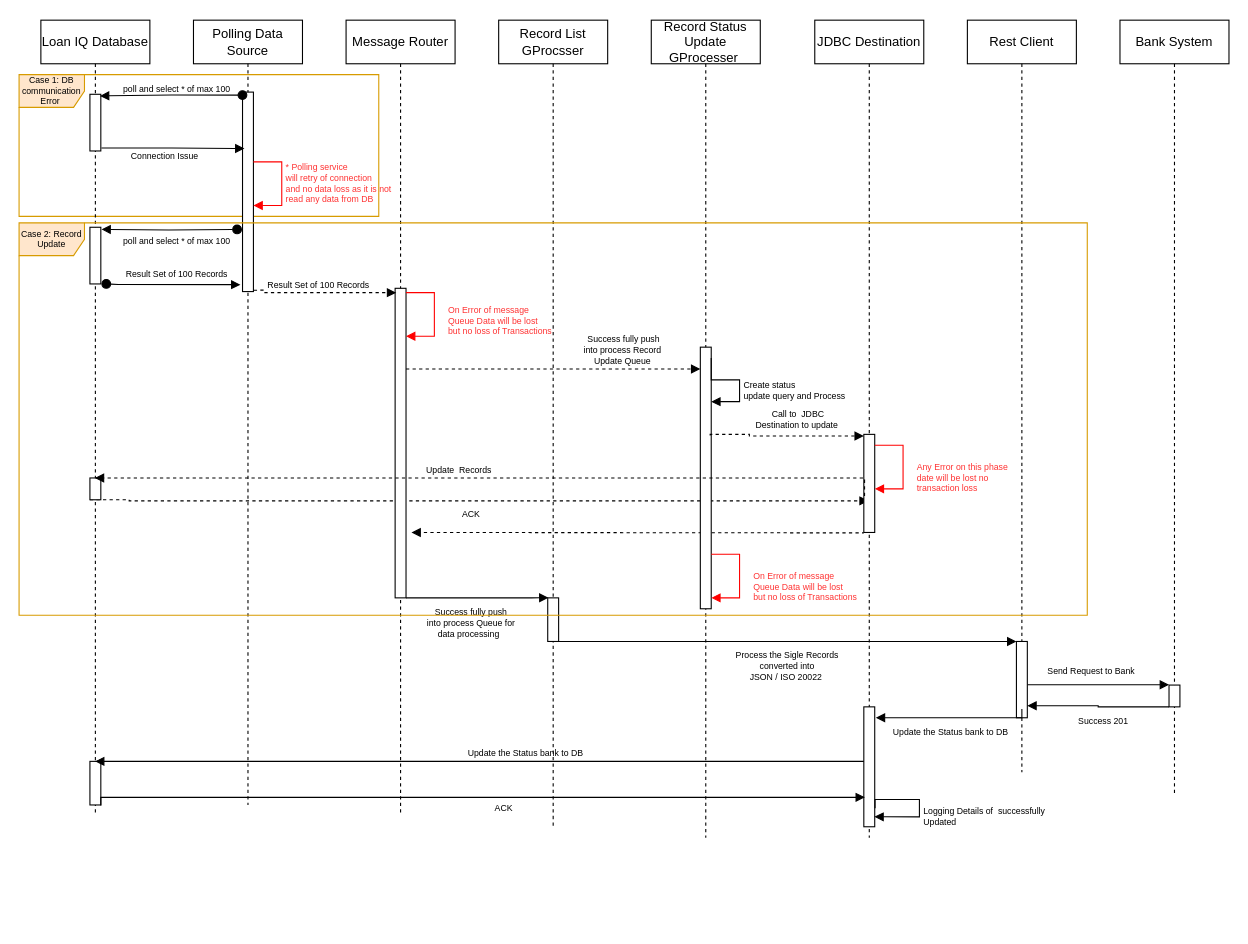
This is page "Page-2" (2 of 2) of NFR_Reliability.drawio from thrivikramarajarao/easy_test_domain, a draw.io file, before an edit. Source tidied: cells renumbered, new cells numbered last; positions are measured from the earlier drawing's top-left corner, leaving out a move shared by most shapes. Both pictures are drawn from the tidied source at 109%, with x=0, y=0 at pixel (19, 20).
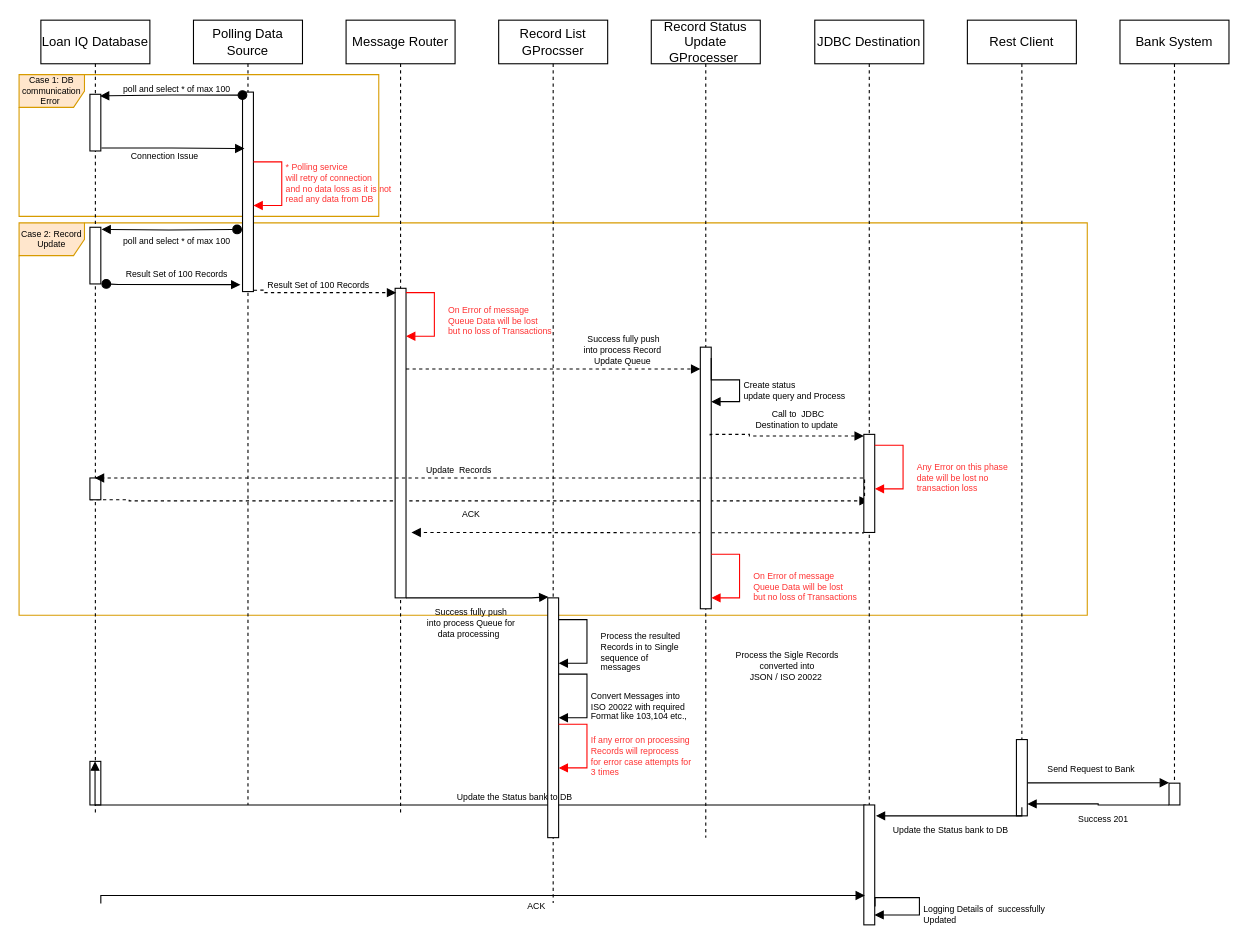
After the change.

The change refers to these unchanged cells:
```xml
<mxCell id="3" value="Loan IQ Database" style="shape=umlLifeline;perimeter=lifelinePerimeter;whiteSpace=wrap;html=1;outlineConnect=0;" parent="1" vertex="1">
  <mxGeometry x="20" width="100" height="730" as="geometry" />
</mxCell>
<mxCell id="9" style="html=1;points=[];perimeter=orthogonalPerimeter;fontSize=8;fontColor=#000000;" parent="3" vertex="1">
  <mxGeometry x="45" y="680" width="10" height="40" as="geometry" />
</mxCell>
<mxCell id="23" value="Bank System" style="shape=umlLifeline;perimeter=lifelinePerimeter;whiteSpace=wrap;html=1;" parent="1" vertex="1">
  <mxGeometry x="1010" width="100" height="710" as="geometry" />
</mxCell>
<mxCell id="31" value="JDBC Destination" style="shape=umlLifeline;perimeter=lifelinePerimeter;whiteSpace=wrap;html=1;outlineConnect=0;" parent="1" vertex="1">
  <mxGeometry x="730" width="100" height="750" as="geometry" />
</mxCell>
<mxCell id="53" value="Rest Client" style="shape=umlLifeline;perimeter=lifelinePerimeter;whiteSpace=wrap;html=1;" parent="1" vertex="1">
  <mxGeometry x="870" width="100" height="690" as="geometry" />
</mxCell>
```

Diff of the diagram source:
```diff
@@
+    <mxCell id="62" value="Case 2: Record Update" style="shape=umlFrame;whiteSpace=wrap;html=1;fontSize=8;fillColor=#ffe6cc;strokeColor=#d79b00;" parent="1" vertex="1">
+      <mxGeometry y="186" width="980" height="360" as="geometry" />
+    </mxCell>
@@
     <mxCell id="10" style="html=1;verticalAlign=bottom;startArrow=none;startFill=0;endArrow=block;startSize=8;rounded=0;labelBackgroundColor=none;fontSize=8;fontColor=#FF9999;edgeStyle=orthogonalEdgeStyle;exitX=0.133;exitY=0.517;exitDx=0;exitDy=0;exitPerimeter=0;" parent="3" edge="1" source="35">
       <mxGeometry relative="1" as="geometry">
         <mxPoint x="49.7" y="680" as="targetPoint" />
         <Array as="points">
-          <mxPoint x="756" y="680" />
+          <mxPoint x="756" y="720" />
+          <mxPoint x="50" y="720" />
         </Array>
       </mxGeometry>
     </mxCell>
@@
     <mxCell id="17" value="Record List GProcsser" style="shape=umlLifeline;perimeter=lifelinePerimeter;whiteSpace=wrap;html=1;" parent="1" vertex="1">
-      <mxGeometry x="440" width="100" height="740" as="geometry" />
+      <mxGeometry x="440" width="100" height="810" as="geometry" />
     </mxCell>
@@
     <mxCell id="19" style="html=1;points=[];perimeter=orthogonalPerimeter;fontSize=8;fontColor=#FF9999;" parent="17" vertex="1">
-      <mxGeometry x="45" y="530" width="10" height="40" as="geometry" />
+      <mxGeometry x="45" y="530" width="10" height="220" as="geometry" />
     </mxCell>
@@
     <mxCell id="21" value="Update the Status bank to DB" style="text;align=center;fontStyle=0;verticalAlign=middle;spacingLeft=3;spacingRight=3;strokeColor=none;fontSize=8;" parent="17" vertex="1">
-      <mxGeometry x="-30" y="660" width="110" height="26" as="geometry" />
+      <mxGeometry x="-40" y="700" width="110" height="26" as="geometry" />
     </mxCell>
-    <mxCell id="22" value="ACK" style="text;align=center;fontStyle=0;verticalAlign=middle;spacingLeft=3;spacingRight=3;strokeColor=none;fontSize=8;" parent="17" vertex="1">
-      <mxGeometry x="-50" y="710" width="110" height="26" as="geometry" />
-    </mxCell>
+    <mxCell id="63" value="&lt;font color=&quot;#000000&quot;&gt;Process the resulted &lt;br&gt;Records in to Single &lt;br&gt;sequence of&amp;nbsp;&lt;br&gt;messages&amp;nbsp;&lt;/font&gt;" style="edgeStyle=orthogonalEdgeStyle;html=1;align=left;spacingLeft=2;endArrow=block;rounded=0;fontSize=8;fontColor=#FF3333;labelBackgroundColor=none;fillColor=#f8cecc;strokeColor=#000000;" parent="17" edge="1">
+      <mxGeometry x="0.22" y="9" relative="1" as="geometry">
+        <mxPoint x="55" y="550" as="sourcePoint" />
+        <mxPoint x="55" y="590" as="targetPoint" />
+        <Array as="points">
+          <mxPoint x="55" y="550" />
+          <mxPoint x="81" y="550" />
+          <mxPoint x="81" y="590" />
+          <mxPoint x="61" y="590" />
+        </Array>
+      </mxGeometry>
+    </mxCell>
+    <mxCell id="64" value="&lt;font color=&quot;#000000&quot;&gt;Convert Messages into &lt;br&gt;ISO 20022 with required&amp;nbsp;&lt;br&gt;Format like 103,104 etc.,&amp;nbsp; &amp;nbsp;&lt;/font&gt;" style="edgeStyle=orthogonalEdgeStyle;html=1;align=left;spacingLeft=2;endArrow=block;rounded=0;fontSize=8;fontColor=#FF3333;labelBackgroundColor=none;fillColor=#f8cecc;strokeColor=#000000;" parent="17" edge="1">
+      <mxGeometry x="0.22" relative="1" as="geometry">
+        <mxPoint x="55" y="600" as="sourcePoint" />
+        <mxPoint x="55" y="640" as="targetPoint" />
+        <Array as="points">
+          <mxPoint x="55" y="600" />
+          <mxPoint x="81" y="600" />
+          <mxPoint x="81" y="640" />
+          <mxPoint x="61" y="640" />
+        </Array>
+      </mxGeometry>
+    </mxCell>
+    <mxCell id="65" value="If any error on processing&amp;nbsp;&lt;br&gt;Records will reprocess &lt;br&gt;for error case attempts&amp;nbsp;for&amp;nbsp;&lt;br&gt;3 times" style="edgeStyle=orthogonalEdgeStyle;html=1;align=left;spacingLeft=2;endArrow=block;rounded=0;fontSize=8;fontColor=#FF3333;labelBackgroundColor=none;fillColor=#f8cecc;strokeColor=#FF0000;" parent="17" edge="1">
+      <mxGeometry x="0.22" relative="1" as="geometry">
+        <mxPoint x="55" y="646" as="sourcePoint" />
+        <mxPoint x="55" y="686" as="targetPoint" />
+        <Array as="points">
+          <mxPoint x="55" y="646" />
+          <mxPoint x="81" y="646" />
+          <mxPoint x="81" y="686" />
+          <mxPoint x="61" y="686" />
+        </Array>
+      </mxGeometry>
+    </mxCell>
@@
-    <mxCell id="24" style="html=1;points=[];perimeter=orthogonalPerimeter;fontSize=8;fontColor=#000000;" parent="23" vertex="1">
-      <mxGeometry x="45" y="610" width="10" height="20" as="geometry" />
-    </mxCell>
-    <mxCell id="25" style="html=1;verticalAlign=bottom;startArrow=none;startFill=0;endArrow=block;startSize=8;rounded=0;labelBackgroundColor=none;fontSize=8;fontColor=#FF9999;edgeStyle=orthogonalEdgeStyle;exitX=0.933;exitY=0.997;exitDx=0;exitDy=0;exitPerimeter=0;entryX=0;entryY=-0.017;entryDx=0;entryDy=0;entryPerimeter=0;" parent="23" edge="1" target="24">
-      <mxGeometry relative="1" as="geometry">
-        <mxPoint x="-85" y="610" as="sourcePoint" />
-        <Array as="points">
-          <mxPoint x="45" y="610" />
-        </Array>
-      </mxGeometry>
-    </mxCell>
-    <mxCell id="26" value="Send Request to Bank " style="text;align=center;fontStyle=0;verticalAlign=middle;spacingLeft=3;spacingRight=3;strokeColor=none;fontSize=8;" parent="23" vertex="1">
-      <mxGeometry x="-80" y="584" width="110" height="26" as="geometry" />
-    </mxCell>
@@
-    <mxCell id="35" style="html=1;points=[];perimeter=orthogonalPerimeter;fontSize=8;fontColor=#000000;" parent="31" vertex="1">
-      <mxGeometry x="45" y="630" width="10" height="110" as="geometry" />
-    </mxCell>
-    <mxCell id="36" value="&lt;font color=&quot;#000000&quot;&gt;Logging Details of&amp;nbsp; successfully&lt;br&gt;Updated&amp;nbsp;&lt;/font&gt;" style="edgeStyle=orthogonalEdgeStyle;html=1;align=left;spacingLeft=2;endArrow=block;rounded=0;fontSize=8;fontColor=#FF3333;labelBackgroundColor=none;fillColor=#f8cecc;strokeColor=#000000;exitX=1.032;exitY=0.846;exitDx=0;exitDy=0;exitPerimeter=0;entryX=0.968;entryY=0.917;entryDx=0;entryDy=0;entryPerimeter=0;" parent="31" edge="1" source="35" target="35">
-      <mxGeometry x="0.22" relative="1" as="geometry">
-        <Array as="points">
-          <mxPoint x="55" y="715" />
-          <mxPoint x="96" y="715" />
-          <mxPoint x="96" y="731" />
-        </Array>
-      </mxGeometry>
-    </mxCell>
@@
+    <mxCell id="58" value="Process the Sigle Records &#10;converted into &#10;JSON / ISO 20022 " style="text;align=center;fontStyle=0;verticalAlign=middle;spacingLeft=3;spacingRight=3;strokeColor=none;fontSize=8;" parent="1" vertex="1">
+      <mxGeometry x="650" y="580" width="110" height="26" as="geometry" />
+    </mxCell>
+    <mxCell id="24" style="html=1;points=[];perimeter=orthogonalPerimeter;fontSize=8;fontColor=#000000;" parent="1" vertex="1">
+      <mxGeometry x="1055" y="700" width="10" height="20" as="geometry" />
+    </mxCell>
+    <mxCell id="25" style="html=1;verticalAlign=bottom;startArrow=none;startFill=0;endArrow=block;startSize=8;rounded=0;labelBackgroundColor=none;fontSize=8;fontColor=#FF9999;edgeStyle=orthogonalEdgeStyle;exitX=0.933;exitY=0.997;exitDx=0;exitDy=0;exitPerimeter=0;entryX=0;entryY=-0.017;entryDx=0;entryDy=0;entryPerimeter=0;" parent="1" edge="1" target="24">
+      <mxGeometry relative="1" as="geometry">
+        <mxPoint x="925" y="700" as="sourcePoint" />
+        <Array as="points">
+          <mxPoint x="1055" y="700" />
+        </Array>
+      </mxGeometry>
+    </mxCell>
+    <mxCell id="26" value="Send Request to Bank " style="text;align=center;fontStyle=0;verticalAlign=middle;spacingLeft=3;spacingRight=3;strokeColor=none;fontSize=8;" parent="1" vertex="1">
+      <mxGeometry x="930" y="674" width="110" height="26" as="geometry" />
+    </mxCell>
+    <mxCell id="35" style="html=1;points=[];perimeter=orthogonalPerimeter;fontSize=8;fontColor=#000000;" parent="1" vertex="1">
+      <mxGeometry x="775" y="720" width="10" height="110" as="geometry" />
+    </mxCell>
+    <mxCell id="36" value="&lt;font color=&quot;#000000&quot;&gt;Logging Details of&amp;nbsp; successfully&lt;br&gt;Updated&amp;nbsp;&lt;/font&gt;" style="edgeStyle=orthogonalEdgeStyle;html=1;align=left;spacingLeft=2;endArrow=block;rounded=0;fontSize=8;fontColor=#FF3333;labelBackgroundColor=none;fillColor=#f8cecc;strokeColor=#000000;exitX=1.032;exitY=0.846;exitDx=0;exitDy=0;exitPerimeter=0;entryX=0.968;entryY=0.917;entryDx=0;entryDy=0;entryPerimeter=0;" parent="1" edge="1" source="35" target="35">
+      <mxGeometry x="0.22" relative="1" as="geometry">
+        <Array as="points">
+          <mxPoint x="785" y="805" />
+          <mxPoint x="826" y="805" />
+          <mxPoint x="826" y="821" />
+        </Array>
+      </mxGeometry>
+    </mxCell>
-    <mxCell id="54" style="html=1;points=[];perimeter=orthogonalPerimeter;fontSize=8;fontColor=#000000;" parent="53" vertex="1">
-      <mxGeometry x="45" y="570" width="10" height="70" as="geometry" />
+    <mxCell id="54" style="html=1;points=[];perimeter=orthogonalPerimeter;fontSize=8;fontColor=#000000;" parent="1" vertex="1">
+      <mxGeometry x="915" y="660" width="10" height="70" as="geometry" />
     </mxCell>
-    <mxCell id="55" style="html=1;verticalAlign=bottom;startArrow=none;startFill=0;endArrow=block;startSize=8;rounded=0;labelBackgroundColor=none;fontSize=8;fontColor=#FF9999;edgeStyle=orthogonalEdgeStyle;exitX=0.933;exitY=0.997;exitDx=0;exitDy=0;exitPerimeter=0;" parent="1" edge="1" target="54">
-      <mxGeometry relative="1" as="geometry">
-        <mxPoint x="490" y="570" as="sourcePoint" />
-        <Array as="points">
-          <mxPoint x="600" y="570" />
-          <mxPoint x="600" y="570" />
-        </Array>
-      </mxGeometry>
-    </mxCell>
     <mxCell id="56" style="html=1;verticalAlign=bottom;startArrow=none;startFill=0;endArrow=block;startSize=8;rounded=0;labelBackgroundColor=none;fontSize=8;fontColor=#FF9999;edgeStyle=orthogonalEdgeStyle;" parent="1" edge="1" source="24">
       <mxGeometry relative="1" as="geometry">
-        <mxPoint x="925" y="629" as="targetPoint" />
+        <mxPoint x="925" y="719" as="targetPoint" />
         <Array as="points">
-          <mxPoint x="990" y="630" />
-          <mxPoint x="990" y="629" />
-          <mxPoint x="925" y="629" />
+          <mxPoint x="990" y="720" />
+          <mxPoint x="990" y="719" />
+          <mxPoint x="925" y="719" />
         </Array>
       </mxGeometry>
     </mxCell>
     <mxCell id="57" style="html=1;verticalAlign=bottom;startArrow=none;startFill=0;endArrow=block;startSize=8;rounded=0;labelBackgroundColor=none;fontSize=8;fontColor=#FF9999;edgeStyle=orthogonalEdgeStyle;" parent="1" edge="1">
       <mxGeometry relative="1" as="geometry">
-        <mxPoint x="920" y="632" as="sourcePoint" />
-        <mxPoint x="786" y="640" as="targetPoint" />
+        <mxPoint x="920" y="722" as="sourcePoint" />
+        <mxPoint x="786" y="730" as="targetPoint" />
         <Array as="points">
-          <mxPoint x="920" y="640" />
+          <mxPoint x="920" y="730" />
         </Array>
       </mxGeometry>
     </mxCell>
-    <mxCell id="58" value="Process the Sigle Records &#10;converted into &#10;JSON / ISO 20022 " style="text;align=center;fontStyle=0;verticalAlign=middle;spacingLeft=3;spacingRight=3;strokeColor=none;fontSize=8;" parent="1" vertex="1">
-      <mxGeometry x="650" y="580" width="110" height="26" as="geometry" />
-    </mxCell>
     <mxCell id="59" value="Success 201" style="text;align=center;fontStyle=0;verticalAlign=middle;spacingLeft=3;spacingRight=3;strokeColor=none;fontSize=8;" parent="1" vertex="1">
-      <mxGeometry x="940" y="630" width="110" height="26" as="geometry" />
+      <mxGeometry x="940" y="720" width="110" height="26" as="geometry" />
     </mxCell>
     <mxCell id="60" value="Update the Status bank to DB" style="text;align=center;fontStyle=0;verticalAlign=middle;spacingLeft=3;spacingRight=3;strokeColor=none;fontSize=8;" parent="1" vertex="1">
-      <mxGeometry x="800" y="640" width="110" height="26" as="geometry" />
+      <mxGeometry x="800" y="730" width="110" height="26" as="geometry" />
     </mxCell>
-    <mxCell id="61" style="html=1;verticalAlign=bottom;startArrow=none;startFill=0;endArrow=block;startSize=8;rounded=0;labelBackgroundColor=none;fontSize=8;fontColor=#FF9999;edgeStyle=orthogonalEdgeStyle;exitX=1;exitY=1.011;exitDx=0;exitDy=0;exitPerimeter=0;" parent="1" edge="1" source="9">
+    <mxCell id="61" style="html=1;verticalAlign=bottom;startArrow=none;startFill=0;endArrow=block;startSize=8;rounded=0;labelBackgroundColor=none;fontSize=8;fontColor=#FF9999;edgeStyle=orthogonalEdgeStyle;exitX=1;exitY=1.011;exitDx=0;exitDy=0;exitPerimeter=0;" parent="1" edge="1">
       <mxGeometry relative="1" as="geometry">
-        <mxPoint x="776" y="713" as="targetPoint" />
+        <mxPoint x="75" y="810.4" as="sourcePoint" />
+        <mxPoint x="776" y="803" as="targetPoint" />
         <Array as="points">
-          <mxPoint x="75" y="713" />
+          <mxPoint x="75" y="803" />
         </Array>
       </mxGeometry>
     </mxCell>
-    <mxCell id="62" value="Case 2: Record Update" style="shape=umlFrame;whiteSpace=wrap;html=1;fontSize=8;fillColor=#ffe6cc;strokeColor=#d79b00;" parent="1" vertex="1">
-      <mxGeometry y="186" width="980" height="360" as="geometry" />
-    </mxCell>
+    <mxCell id="22" value="ACK" style="text;align=center;fontStyle=0;verticalAlign=middle;spacingLeft=3;spacingRight=3;strokeColor=none;fontSize=8;" parent="1" vertex="1">
+      <mxGeometry x="420" y="800" width="110" height="26" as="geometry" />
+    </mxCell>
```
